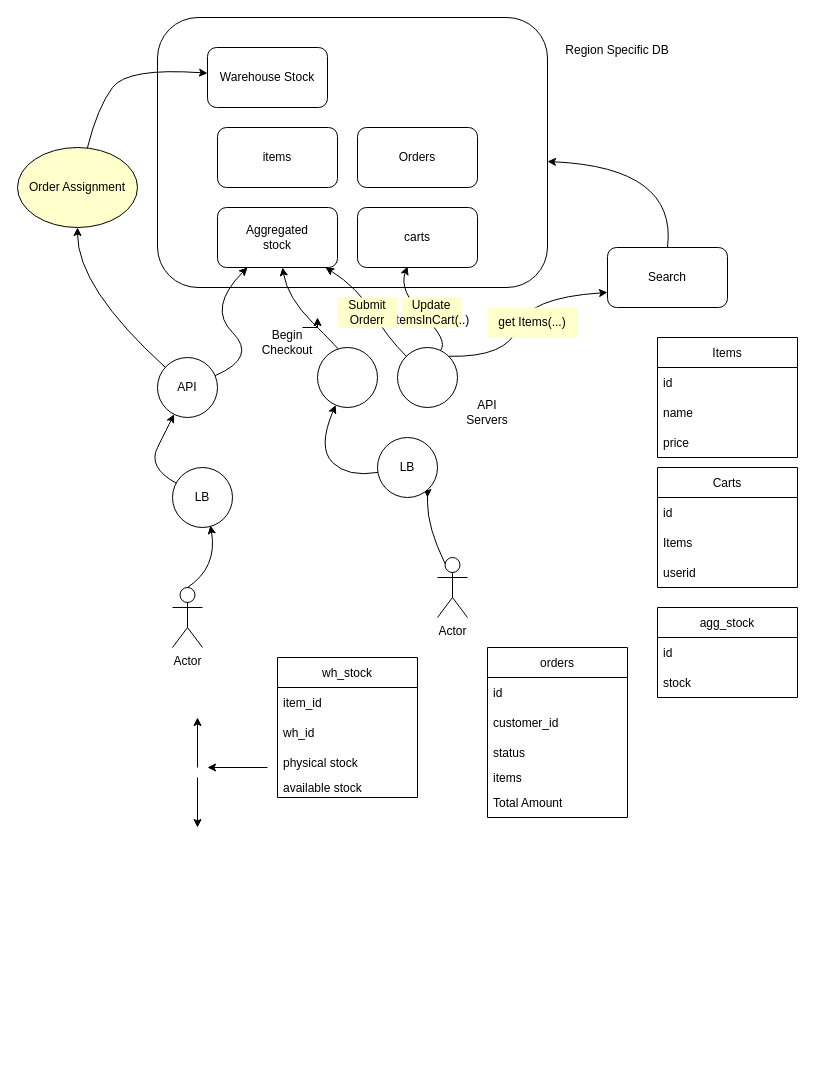
Above: Amazon 2 Diagram.drawio in rajdeepd/draw_io (draw.io), before the change. Source tidied: cells renumbered, new cells numbered last; positions are measured from the earlier drawing's top-left corner, leaving out a move shared by most shapes. Both pictures are drawn from the tidied source at 100%, with x=0, y=0 at pixel (17, 17).
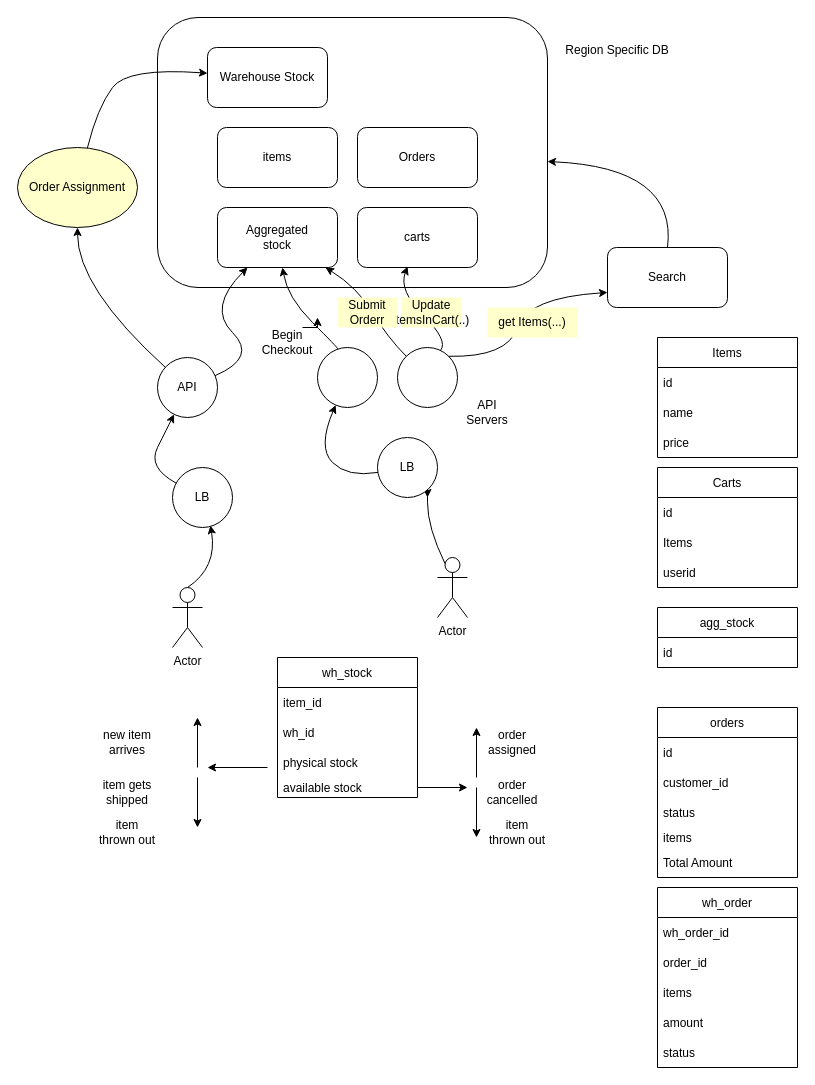
Above is the later version.

The change refers to these unchanged cells:
```xml
<mxCell id="57" value="available stock" style="text;strokeColor=none;fillColor=none;align=left;verticalAlign=middle;spacingLeft=4;spacingRight=4;overflow=hidden;points=[[0,0.5],[1,0.5]];portConstraint=eastwest;" parent="53" vertex="1">
  <mxGeometry y="120" width="140" height="20" as="geometry" />
</mxCell>
```

The edit, as a diff of the source:
```diff
@@
     <mxCell id="36" value="agg_stock" style="swimlane;fontStyle=0;horizontal=1;startSize=30;" parent="1" vertex="1">
-      <mxGeometry x="640" y="590" width="140" height="90" as="geometry" />
+      <mxGeometry x="640" y="590" width="140" height="60" as="geometry" />
     </mxCell>
@@
-    <mxCell id="38" value="stock" style="text;strokeColor=none;fillColor=none;align=left;verticalAlign=middle;spacingLeft=4;spacingRight=4;overflow=hidden;" parent="36" vertex="1">
-      <mxGeometry y="60" width="140" height="30" as="geometry" />
-    </mxCell>
@@
     <mxCell id="41" value="orders" style="swimlane;fontStyle=0;horizontal=1;startSize=30;" parent="1" vertex="1">
-      <mxGeometry x="470" y="630" width="140" height="170" as="geometry" />
+      <mxGeometry x="640" y="690" width="140" height="170" as="geometry" />
     </mxCell>
@@
+    <mxCell id="61" value="new item arrives" style="text;html=1;strokeColor=none;fillColor=none;align=center;verticalAlign=middle;whiteSpace=wrap;rounded=0;" parent="1" vertex="1">
+      <mxGeometry x="80" y="710" width="60" height="30" as="geometry" />
+    </mxCell>
+    <mxCell id="62" value="item gets shipped" style="text;html=1;strokeColor=none;fillColor=none;align=center;verticalAlign=middle;whiteSpace=wrap;rounded=0;" parent="1" vertex="1">
+      <mxGeometry x="80" y="760" width="60" height="30" as="geometry" />
+    </mxCell>
+    <mxCell id="63" style="endArrow=classic;html=1;rounded=0;" parent="1" edge="1" source="57">
+      <mxGeometry relative="1" as="geometry">
+        <mxPoint x="450" y="770" as="targetPoint" />
+      </mxGeometry>
+    </mxCell>
+    <mxCell id="64" style="endArrow=classic;html=1;rounded=0;" parent="1" edge="1">
+      <mxGeometry relative="1" as="geometry">
+        <mxPoint x="459" y="760" as="sourcePoint" />
+        <mxPoint x="459" y="710" as="targetPoint" />
+      </mxGeometry>
+    </mxCell>
+    <mxCell id="65" style="endArrow=classic;html=1;rounded=0;" parent="1" edge="1">
+      <mxGeometry relative="1" as="geometry">
+        <mxPoint x="459" y="770" as="sourcePoint" />
+        <mxPoint x="459" y="820" as="targetPoint" />
+      </mxGeometry>
+    </mxCell>
+    <mxCell id="66" value="order assigned" style="text;html=1;strokeColor=none;fillColor=none;align=center;verticalAlign=middle;whiteSpace=wrap;rounded=0;" parent="1" vertex="1">
+      <mxGeometry x="464.5" y="710" width="60" height="30" as="geometry" />
+    </mxCell>
+    <mxCell id="67" value="order cancelled" style="text;html=1;strokeColor=none;fillColor=none;align=center;verticalAlign=middle;whiteSpace=wrap;rounded=0;" parent="1" vertex="1">
+      <mxGeometry x="464.5" y="760" width="60" height="30" as="geometry" />
+    </mxCell>
+    <mxCell id="68" value="item thrown out" style="text;html=1;strokeColor=none;fillColor=none;align=center;verticalAlign=middle;whiteSpace=wrap;rounded=0;" parent="1" vertex="1">
+      <mxGeometry x="470" y="800" width="60" height="30" as="geometry" />
+    </mxCell>
+    <mxCell id="69" value="item thrown out" style="text;html=1;strokeColor=none;fillColor=none;align=center;verticalAlign=middle;whiteSpace=wrap;rounded=0;" parent="1" vertex="1">
+      <mxGeometry x="80" y="800" width="60" height="30" as="geometry" />
+    </mxCell>
+    <mxCell id="70" value="wh_order" style="swimlane;fontStyle=0;horizontal=1;startSize=30;" parent="1" vertex="1">
+      <mxGeometry x="640" y="870" width="140" height="180" as="geometry" />
+    </mxCell>
+    <mxCell id="71" value="wh_order_id" style="text;strokeColor=none;fillColor=none;align=left;verticalAlign=middle;spacingLeft=4;spacingRight=4;overflow=hidden;" parent="70" vertex="1">
+      <mxGeometry y="30" width="140" height="30" as="geometry" />
+    </mxCell>
+    <mxCell id="72" value="order_id" style="text;strokeColor=none;fillColor=none;align=left;verticalAlign=middle;spacingLeft=4;spacingRight=4;overflow=hidden;" parent="70" vertex="1">
+      <mxGeometry y="60" width="140" height="30" as="geometry" />
+    </mxCell>
+    <mxCell id="73" value="items" style="text;strokeColor=none;fillColor=none;align=left;verticalAlign=middle;spacingLeft=4;spacingRight=4;overflow=hidden;" parent="70" vertex="1">
+      <mxGeometry y="90" width="140" height="30" as="geometry" />
+    </mxCell>
+    <mxCell id="74" value="amount" style="text;strokeColor=none;fillColor=none;align=left;verticalAlign=middle;spacingLeft=4;spacingRight=4;overflow=hidden;" parent="70" vertex="1">
+      <mxGeometry y="120" width="140" height="30" as="geometry" />
+    </mxCell>
+    <mxCell id="75" value="status" style="text;strokeColor=none;fillColor=none;align=left;verticalAlign=middle;spacingLeft=4;spacingRight=4;overflow=hidden;" parent="70" vertex="1">
+      <mxGeometry y="150" width="140" height="30" as="geometry" />
+    </mxCell>
```
